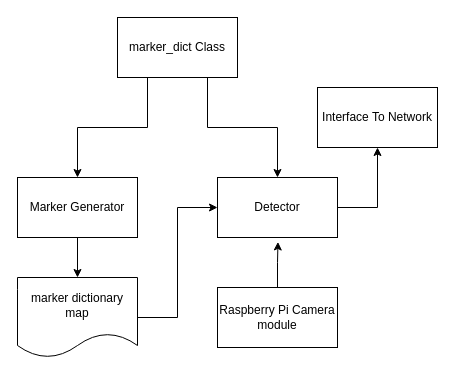
The draw.io diagram interim/depen.drawio in mxwlc/ee2project-2024-robot-power, before the edit. Source tidied: cells renumbered, new cells numbered last; positions are measured from the earlier drawing's top-left corner, leaving out a move shared by most shapes. Both pictures are drawn from the tidied source at 100%, with x=0, y=0 at pixel (17, 17).
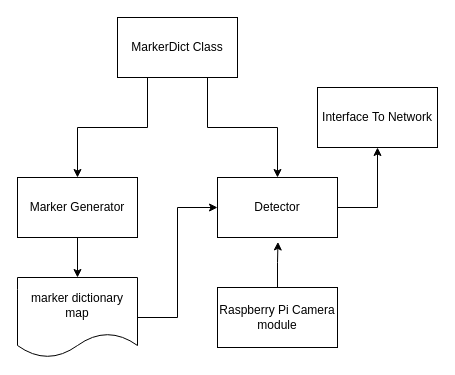
The same page after the edit.

What changed in the source:
```diff
@@
 <mxGraphModel>
   <root>
     <mxCell id="0" />
     <mxCell id="1" parent="0" />
     <mxCell id="2" style="edgeStyle=orthogonalEdgeStyle;rounded=0;jettySize=auto;html=1;exitX=1;exitY=0.5;exitDx=0;exitDy=0;entryX=0.5;entryY=1;entryDx=0;entryDy=0;" parent="1" edge="1" source="3" target="10">
       <mxGeometry relative="1" as="geometry" />
     </mxCell>
     <mxCell id="3" value="Detector" style="rounded=0;whiteSpace=wrap;html=1;" parent="1" vertex="1">
       <mxGeometry x="200" y="160" width="120" height="60" as="geometry" />
     </mxCell>
     <mxCell id="4" style="edgeStyle=orthogonalEdgeStyle;rounded=0;jettySize=auto;html=1;exitX=0.75;exitY=1;exitDx=0;exitDy=0;entryX=0.5;entryY=0;entryDx=0;entryDy=0;" parent="1" edge="1" source="6" target="3">
       <mxGeometry relative="1" as="geometry" />
     </mxCell>
     <mxCell id="5" style="edgeStyle=orthogonalEdgeStyle;rounded=0;jettySize=auto;html=1;exitX=0.25;exitY=1;exitDx=0;exitDy=0;entryX=0.5;entryY=0;entryDx=0;entryDy=0;" parent="1" edge="1" source="6" target="8">
       <mxGeometry relative="1" as="geometry" />
     </mxCell>
-    <mxCell id="6" value="marker_dict Class" style="rounded=0;whiteSpace=wrap;html=1;" parent="1" vertex="1">
+    <mxCell id="6" value="MarkerDict Class" style="rounded=0;whiteSpace=wrap;html=1;" parent="1" vertex="1">
       <mxGeometry x="100" width="120" height="60" as="geometry" />
     </mxCell>
     <mxCell id="7" style="edgeStyle=orthogonalEdgeStyle;rounded=0;jettySize=auto;html=1;" parent="1" edge="1" source="8" target="13">
       <mxGeometry relative="1" as="geometry" />
     </mxCell>
     <mxCell id="8" value="Marker Generator" style="rounded=0;whiteSpace=wrap;html=1;" parent="1" vertex="1">
       <mxGeometry y="160" width="120" height="60" as="geometry" />
     </mxCell>
     <mxCell id="9" value="Raspberry Pi Camera module" style="rounded=0;whiteSpace=wrap;html=1;" parent="1" vertex="1">
       <mxGeometry x="200" y="270" width="120" height="60" as="geometry" />
     </mxCell>
     <mxCell id="10" value="Interface To Network" style="rounded=0;whiteSpace=wrap;html=1;" parent="1" vertex="1">
       <mxGeometry x="300" y="70" width="120" height="60" as="geometry" />
     </mxCell>
     <mxCell id="11" style="edgeStyle=orthogonalEdgeStyle;rounded=0;jettySize=auto;html=1;exitX=0.5;exitY=0;exitDx=0;exitDy=0;entryX=0.504;entryY=1.074;entryDx=0;entryDy=0;entryPerimeter=0;" parent="1" edge="1" source="9" target="3">
       <mxGeometry relative="1" as="geometry" />
     </mxCell>
     <mxCell id="12" style="edgeStyle=orthogonalEdgeStyle;rounded=0;jettySize=auto;html=1;exitX=1;exitY=0.5;exitDx=0;exitDy=0;entryX=0;entryY=0.5;entryDx=0;entryDy=0;" parent="1" edge="1" source="13" target="3">
       <mxGeometry relative="1" as="geometry" />
     </mxCell>
     <mxCell id="13" value="marker dictionary map" style="shape=document;whiteSpace=wrap;html=1;boundedLbl=1;" parent="1" vertex="1">
       <mxGeometry y="260" width="120" height="80" as="geometry" />
     </mxCell>
   </root>
 </mxGraphModel>
```
